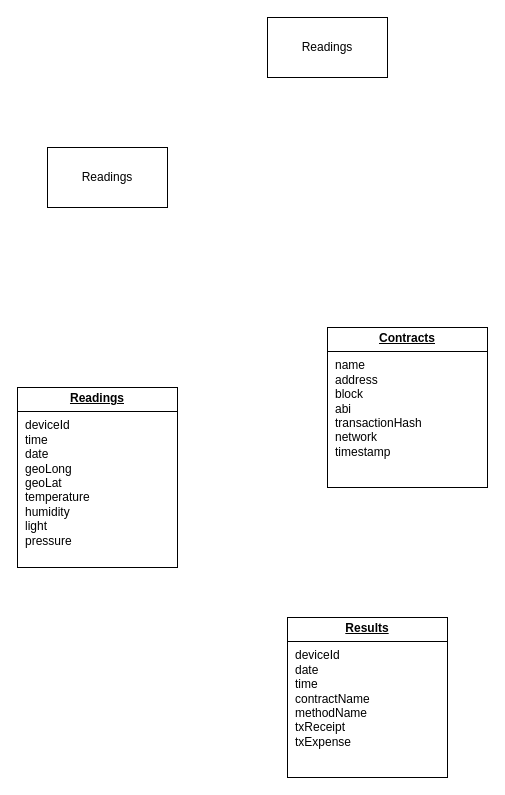
This is page "Page-4" (4 of 4) of docs/IoTProject.drawio from kronleuchter85/ceiot_proyecto_especializacion, a draw.io file, before an edit. Source tidied: cells renumbered, new cells numbered last; positions are measured from the earlier drawing's top-left corner, leaving out a move shared by most shapes. Both pictures are drawn from the tidied source at 100%, with x=0, y=0 at pixel (17, 17).
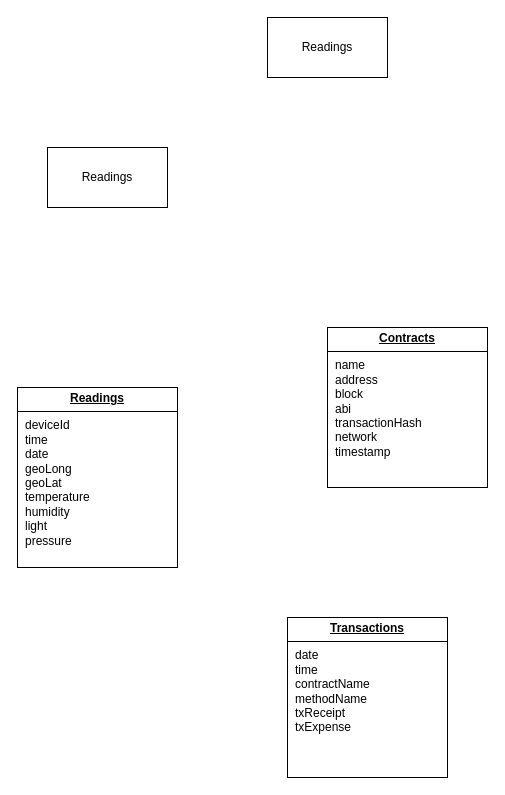
The same page after the edit.

Change to the diagram source:
```diff
@@
 <mxGraphModel>
   <root>
     <mxCell id="0" />
     <mxCell id="1" parent="0" />
     <mxCell id="2" value="Readings" style="rounded=0;whiteSpace=wrap;html=1;" parent="1" vertex="1">
       <mxGeometry x="30" y="130" width="120" height="60" as="geometry" />
     </mxCell>
     <mxCell id="3" value="Readings" style="rounded=0;whiteSpace=wrap;html=1;" parent="1" vertex="1">
       <mxGeometry x="250" width="120" height="60" as="geometry" />
     </mxCell>
     <mxCell id="4" value="&lt;p style=&quot;margin:0px;margin-top:4px;text-align:center;text-decoration:underline;&quot;&gt;&lt;b&gt;Readings&lt;/b&gt;&lt;/p&gt;&lt;hr size=&quot;1&quot; style=&quot;border-style:solid;&quot;&gt;&lt;p style=&quot;margin:0px;margin-left:8px;&quot;&gt;deviceId&lt;/p&gt;&lt;p style=&quot;margin:0px;margin-left:8px;&quot;&gt;time&lt;/p&gt;&lt;p style=&quot;margin:0px;margin-left:8px;&quot;&gt;date&lt;/p&gt;&lt;p style=&quot;margin:0px;margin-left:8px;&quot;&gt;geoLong&lt;/p&gt;&lt;p style=&quot;margin:0px;margin-left:8px;&quot;&gt;geoLat&lt;/p&gt;&lt;p style=&quot;margin:0px;margin-left:8px;&quot;&gt;temperature&lt;/p&gt;&lt;p style=&quot;margin:0px;margin-left:8px;&quot;&gt;humidity&lt;/p&gt;&lt;p style=&quot;margin:0px;margin-left:8px;&quot;&gt;light&lt;/p&gt;&lt;p style=&quot;margin:0px;margin-left:8px;&quot;&gt;pressure&lt;/p&gt;" style="verticalAlign=top;align=left;overflow=fill;html=1;whiteSpace=wrap;" parent="1" vertex="1">
       <mxGeometry y="370" width="160" height="180" as="geometry" />
     </mxCell>
     <mxCell id="5" value="&lt;p style=&quot;margin:0px;margin-top:4px;text-align:center;text-decoration:underline;&quot;&gt;&lt;b&gt;Contracts&lt;/b&gt;&lt;/p&gt;&lt;hr size=&quot;1&quot; style=&quot;border-style:solid;&quot;&gt;&lt;p style=&quot;margin:0px;margin-left:8px;&quot;&gt;name&lt;/p&gt;&lt;p style=&quot;margin:0px;margin-left:8px;&quot;&gt;address&lt;/p&gt;&lt;p style=&quot;margin:0px;margin-left:8px;&quot;&gt;block&lt;/p&gt;&lt;p style=&quot;margin:0px;margin-left:8px;&quot;&gt;abi&lt;/p&gt;&lt;p style=&quot;margin:0px;margin-left:8px;&quot;&gt;transactionHash&lt;/p&gt;&lt;p style=&quot;margin:0px;margin-left:8px;&quot;&gt;network&lt;/p&gt;&lt;p style=&quot;margin:0px;margin-left:8px;&quot;&gt;timestamp&lt;/p&gt;" style="verticalAlign=top;align=left;overflow=fill;html=1;whiteSpace=wrap;" parent="1" vertex="1">
       <mxGeometry x="310" y="310" width="160" height="160" as="geometry" />
     </mxCell>
-    <mxCell id="6" value="&lt;p style=&quot;margin:0px;margin-top:4px;text-align:center;text-decoration:underline;&quot;&gt;&lt;b&gt;Results&lt;/b&gt;&lt;/p&gt;&lt;hr size=&quot;1&quot; style=&quot;border-style:solid;&quot;&gt;&lt;p style=&quot;margin:0px;margin-left:8px;&quot;&gt;deviceId&lt;/p&gt;&lt;p style=&quot;margin:0px;margin-left:8px;&quot;&gt;date&lt;br&gt;&lt;/p&gt;&lt;p style=&quot;margin:0px;margin-left:8px;&quot;&gt;time&lt;/p&gt;&lt;p style=&quot;margin:0px;margin-left:8px;&quot;&gt;&lt;span style=&quot;background-color: initial;&quot;&gt;contractName&lt;/span&gt;&lt;br&gt;&lt;/p&gt;&lt;p style=&quot;margin:0px;margin-left:8px;&quot;&gt;methodName&lt;/p&gt;&lt;p style=&quot;margin:0px;margin-left:8px;&quot;&gt;txReceipt&lt;/p&gt;&lt;p style=&quot;margin:0px;margin-left:8px;&quot;&gt;txExpense&lt;/p&gt;" style="verticalAlign=top;align=left;overflow=fill;html=1;whiteSpace=wrap;" parent="1" vertex="1">
+    <mxCell id="6" value="&lt;p style=&quot;margin:0px;margin-top:4px;text-align:center;text-decoration:underline;&quot;&gt;&lt;b&gt;Transactions&lt;/b&gt;&lt;/p&gt;&lt;hr size=&quot;1&quot; style=&quot;border-style:solid;&quot;&gt;&lt;p style=&quot;margin:0px;margin-left:8px;&quot;&gt;&lt;span style=&quot;background-color: initial;&quot;&gt;date&lt;/span&gt;&lt;br&gt;&lt;/p&gt;&lt;p style=&quot;margin:0px;margin-left:8px;&quot;&gt;time&lt;/p&gt;&lt;p style=&quot;margin:0px;margin-left:8px;&quot;&gt;&lt;span style=&quot;background-color: initial;&quot;&gt;contractName&lt;/span&gt;&lt;br&gt;&lt;/p&gt;&lt;p style=&quot;margin:0px;margin-left:8px;&quot;&gt;methodName&lt;/p&gt;&lt;p style=&quot;margin:0px;margin-left:8px;&quot;&gt;txReceipt&lt;/p&gt;&lt;p style=&quot;margin:0px;margin-left:8px;&quot;&gt;txExpense&lt;/p&gt;" style="verticalAlign=top;align=left;overflow=fill;html=1;whiteSpace=wrap;" parent="1" vertex="1">
       <mxGeometry x="270" y="600" width="160" height="160" as="geometry" />
     </mxCell>
   </root>
 </mxGraphModel>
```
